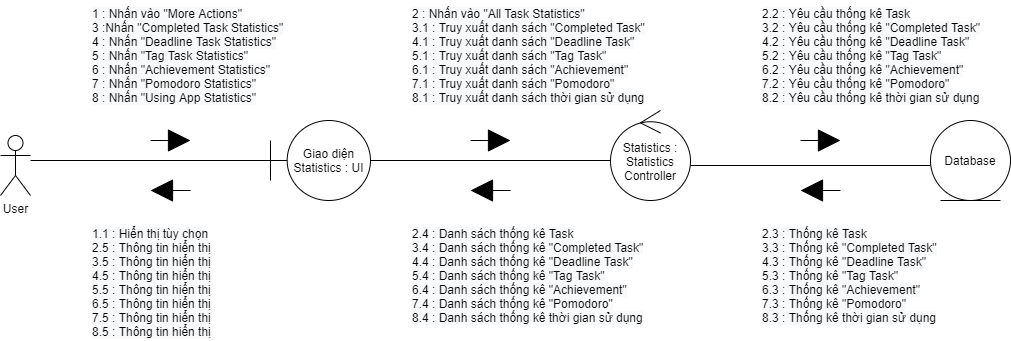
Above: ToDoApp-Doc/Document/Diagram/Collaboration Diagram/Statistics/Statistics_CollaborationDiagram.png in Merevoli-DatLuu/To-Do-App (draw.io), before the change. Source tidied: cells renumbered, new cells last; positions are measured from the earlier drawing's top-left corner, leaving out a move shared by most shapes.
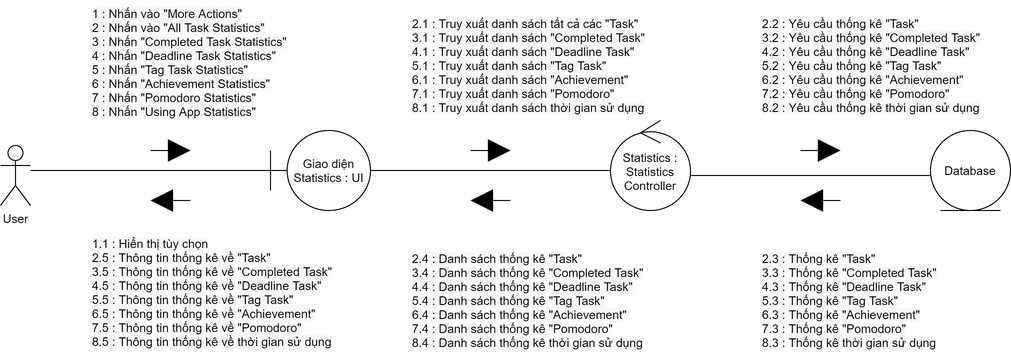
After the change.

Commit message:
[Modified] : Statistics_CollaborationDiagram Image Change Zoom

Change to the diagram source:
```diff
@@ -62,23 +62,23 @@
         <mxPoint x="800" y="190" as="targetPoint" />
       </mxGeometry>
     </mxCell>
-    <mxCell id="16" value="&lt;span style=&quot;color: rgb(0 , 0 , 0) ; font-family: &amp;#34;helvetica&amp;#34; ; font-size: 12px ; font-style: normal ; font-weight: 400 ; letter-spacing: normal ; text-indent: 0px ; text-transform: none ; word-spacing: 0px ; background-color: rgb(248 , 249 , 250) ; display: inline ; float: none&quot;&gt;1 : Nhấn vào &quot;More Actions&quot;&lt;br&gt;&lt;span style=&quot;font-family: &amp;#34;helvetica&amp;#34;&quot;&gt;3 :Nhấn &quot;Completed Task Statistics&quot;&lt;br&gt;&lt;/span&gt;&lt;span style=&quot;font-family: &amp;#34;helvetica&amp;#34;&quot;&gt;4 : Nhấn &quot;Deadline Task Statistics&quot;&lt;br&gt;&lt;/span&gt;&lt;span style=&quot;font-family: &amp;#34;helvetica&amp;#34;&quot;&gt;5 : Nhấn &quot;Tag Task Statistics&quot;&lt;br&gt;&lt;/span&gt;&lt;span style=&quot;font-family: &amp;#34;helvetica&amp;#34;&quot;&gt;6 : Nhấn &quot;Achievement Statistics&quot;&lt;br&gt;&lt;/span&gt;&lt;span style=&quot;font-family: &amp;#34;helvetica&amp;#34;&quot;&gt;7 : Nhấn &quot;Pomodoro Statistics&quot;&lt;br&gt;&lt;/span&gt;&lt;span style=&quot;font-family: &amp;#34;helvetica&amp;#34;&quot;&gt;8 : Nhấn &quot;Using App Statistics&quot;&lt;/span&gt;&lt;br&gt;&lt;/span&gt;" style="text;whiteSpace=wrap;html=1;" parent="1" vertex="1">
-      <mxGeometry x="90" width="200" height="100" as="geometry" />
+    <mxCell id="16" value="&lt;span style=&quot;color: rgb(0 , 0 , 0) ; font-family: &amp;#34;helvetica&amp;#34; ; font-size: 12px ; font-style: normal ; font-weight: 400 ; letter-spacing: normal ; text-indent: 0px ; text-transform: none ; word-spacing: 0px ; background-color: rgb(248 , 249 , 250) ; display: inline ; float: none&quot;&gt;1 : Nhấn vào &quot;More Actions&quot;&lt;br&gt;2 : Nhấn vào &quot;All Task Statistics&quot;&lt;br&gt;&lt;span style=&quot;font-family: &amp;#34;helvetica&amp;#34;&quot;&gt;3 : Nhấn &quot;Completed Task Statistics&quot;&lt;br&gt;&lt;/span&gt;&lt;span style=&quot;font-family: &amp;#34;helvetica&amp;#34;&quot;&gt;4 : Nhấn &quot;Deadline Task Statistics&quot;&lt;br&gt;&lt;/span&gt;&lt;span style=&quot;font-family: &amp;#34;helvetica&amp;#34;&quot;&gt;5 : Nhấn &quot;Tag Task Statistics&quot;&lt;br&gt;&lt;/span&gt;&lt;span style=&quot;font-family: &amp;#34;helvetica&amp;#34;&quot;&gt;6 : Nhấn &quot;Achievement Statistics&quot;&lt;br&gt;&lt;/span&gt;&lt;span style=&quot;font-family: &amp;#34;helvetica&amp;#34;&quot;&gt;7 : Nhấn &quot;Pomodoro Statistics&quot;&lt;br&gt;&lt;/span&gt;&lt;span style=&quot;font-family: &amp;#34;helvetica&amp;#34;&quot;&gt;8 : Nhấn &quot;Using App Statistics&quot;&lt;/span&gt;&lt;br&gt;&lt;/span&gt;" style="text;whiteSpace=wrap;html=1;" parent="1" vertex="1">
+      <mxGeometry x="90" y="-10" width="200" height="120" as="geometry" />
     </mxCell>
-    <mxCell id="17" value="&lt;span style=&quot;color: rgb(0 , 0 , 0) ; font-family: &amp;#34;helvetica&amp;#34; ; font-size: 12px ; font-style: normal ; font-weight: 400 ; letter-spacing: normal ; text-indent: 0px ; text-transform: none ; word-spacing: 0px ; background-color: rgb(248 , 249 , 250) ; display: inline ; float: none&quot;&gt;1.1 : Hiển thị tùy chọn&lt;br&gt;&lt;span style=&quot;font-family: &amp;#34;helvetica&amp;#34;&quot;&gt;2.5 : Thông tin hiển thị&lt;br&gt;&lt;/span&gt;&lt;span style=&quot;font-family: &amp;#34;helvetica&amp;#34;&quot;&gt;3.5 : Thông tin hiển thị&lt;br&gt;&lt;/span&gt;&lt;span style=&quot;font-family: &amp;#34;helvetica&amp;#34;&quot;&gt;4.5 : Thông tin hiển thị&lt;br&gt;&lt;/span&gt;&lt;span style=&quot;font-family: &amp;#34;helvetica&amp;#34;&quot;&gt;5.5 : Thông tin hiển thị&lt;br&gt;&lt;/span&gt;&lt;span style=&quot;font-family: &amp;#34;helvetica&amp;#34;&quot;&gt;6.5 : Thông tin hiển thị&lt;br&gt;&lt;/span&gt;&lt;span style=&quot;font-family: &amp;#34;helvetica&amp;#34;&quot;&gt;7.5 : Thông tin hiển thị&lt;br&gt;&lt;/span&gt;&lt;span style=&quot;font-family: &amp;#34;helvetica&amp;#34;&quot;&gt;8.5 : Thông tin hiển thị&lt;/span&gt;&lt;br&gt;&lt;/span&gt;" style="text;whiteSpace=wrap;html=1;" parent="1" vertex="1">
-      <mxGeometry x="90" y="220" width="130" height="120" as="geometry" />
+    <mxCell id="17" value="&lt;span style=&quot;color: rgb(0 , 0 , 0) ; font-family: &amp;#34;helvetica&amp;#34; ; font-size: 12px ; font-style: normal ; font-weight: 400 ; letter-spacing: normal ; text-indent: 0px ; text-transform: none ; word-spacing: 0px ; background-color: rgb(248 , 249 , 250) ; display: inline ; float: none&quot;&gt;1.1 : Hiển thị tùy chọn&lt;br&gt;&lt;span style=&quot;font-family: &amp;#34;helvetica&amp;#34;&quot;&gt;2.5 : Thông tin thống kê về &quot;Task&quot;&lt;br&gt;&lt;/span&gt;&lt;span style=&quot;font-family: &amp;#34;helvetica&amp;#34;&quot;&gt;3.5 : Thông tin thống kê về &quot;Completed Task&quot;&lt;br&gt;&lt;/span&gt;&lt;span style=&quot;font-family: &amp;#34;helvetica&amp;#34;&quot;&gt;4.5 : Thông tin&amp;nbsp;&lt;/span&gt;thống kê về &quot;Deadline Task&quot;&lt;span style=&quot;font-family: &amp;#34;helvetica&amp;#34;&quot;&gt;&lt;br&gt;&lt;/span&gt;&lt;span style=&quot;font-family: &amp;#34;helvetica&amp;#34;&quot;&gt;5.5 : Thông tin&amp;nbsp;&lt;/span&gt;thống kê về &quot;Tag Task&quot;&lt;span style=&quot;font-family: &amp;#34;helvetica&amp;#34;&quot;&gt;&lt;br&gt;&lt;/span&gt;&lt;span style=&quot;font-family: &amp;#34;helvetica&amp;#34;&quot;&gt;6.5 : Thông tin&amp;nbsp;&lt;/span&gt;thống kê về &quot;Achievement&quot;&lt;span style=&quot;font-family: &amp;#34;helvetica&amp;#34;&quot;&gt;&lt;br&gt;&lt;/span&gt;&lt;span style=&quot;font-family: &amp;#34;helvetica&amp;#34;&quot;&gt;7.5 : Thông tin&amp;nbsp;&lt;/span&gt;thống kê về &quot;Pomodoro&quot;&lt;span style=&quot;font-family: &amp;#34;helvetica&amp;#34;&quot;&gt;&lt;br&gt;&lt;/span&gt;&lt;span style=&quot;font-family: &amp;#34;helvetica&amp;#34;&quot;&gt;8.5 : Thông tin&amp;nbsp;&lt;/span&gt;thống kê về thời gian sử dụng&lt;br&gt;&lt;/span&gt;" style="text;whiteSpace=wrap;html=1;" parent="1" vertex="1">
+      <mxGeometry x="90" y="220" width="250" height="130" as="geometry" />
     </mxCell>
-    <mxCell id="18" value="&lt;span style=&quot;color: rgb(0 , 0 , 0) ; font-family: &amp;#34;helvetica&amp;#34; ; font-size: 12px ; font-style: normal ; font-weight: 400 ; letter-spacing: normal ; text-indent: 0px ; text-transform: none ; word-spacing: 0px ; background-color: rgb(248 , 249 , 250) ; display: inline ; float: none&quot;&gt;2 : Nhấn vào &quot;All Task Statistics&quot;&lt;br&gt;&lt;span&gt;3.1 : Truy xuất danh sách &quot;Completed Task&quot;&lt;br&gt;&lt;/span&gt;&lt;span&gt;4.1 : Truy xuất danh sách &quot;Deadline Task&quot;&lt;br&gt;&lt;/span&gt;&lt;span&gt;5.1 : Truy xuất danh sách &quot;Tag Task&quot;&lt;br&gt;&lt;/span&gt;&lt;span&gt;6.1 : Truy xuất danh sách &quot;Achievement&quot;&lt;br&gt;&lt;/span&gt;&lt;span&gt;7.1 : Truy xuất danh sách &quot;Pomodoro&quot;&lt;br&gt;&lt;/span&gt;&lt;span&gt;8.1 : Truy xuất danh sách thời gian sử dụng&lt;/span&gt;&lt;br&gt;&lt;/span&gt;" style="text;whiteSpace=wrap;html=1;" parent="1" vertex="1">
+    <mxCell id="18" value="&lt;span style=&quot;color: rgb(0 , 0 , 0) ; font-family: &amp;#34;helvetica&amp;#34; ; font-size: 12px ; font-style: normal ; font-weight: 400 ; letter-spacing: normal ; text-indent: 0px ; text-transform: none ; word-spacing: 0px ; background-color: rgb(248 , 249 , 250) ; display: inline ; float: none&quot;&gt;2.1 : Truy xuất danh sách tất cả các &quot;Task&quot;&lt;br&gt;&lt;span&gt;3.1 : Truy xuất danh sách &quot;Completed Task&quot;&lt;br&gt;&lt;/span&gt;&lt;span&gt;4.1 : Truy xuất danh sách &quot;Deadline Task&quot;&lt;br&gt;&lt;/span&gt;&lt;span&gt;5.1 : Truy xuất danh sách &quot;Tag Task&quot;&lt;br&gt;&lt;/span&gt;&lt;span&gt;6.1 : Truy xuất danh sách &quot;Achievement&quot;&lt;br&gt;&lt;/span&gt;&lt;span&gt;7.1 : Truy xuất danh sách &quot;Pomodoro&quot;&lt;br&gt;&lt;/span&gt;&lt;span&gt;8.1 : Truy xuất danh sách thời gian sử dụng&lt;/span&gt;&lt;br&gt;&lt;/span&gt;" style="text;whiteSpace=wrap;html=1;" parent="1" vertex="1">
       <mxGeometry x="410" width="240" height="100" as="geometry" />
     </mxCell>
-    <mxCell id="19" value="&lt;span style=&quot;color: rgb(0 , 0 , 0) ; font-family: &amp;#34;helvetica&amp;#34; ; font-size: 12px ; font-style: normal ; font-weight: 400 ; letter-spacing: normal ; text-indent: 0px ; text-transform: none ; word-spacing: 0px ; background-color: rgb(248 , 249 , 250) ; display: inline ; float: none&quot;&gt;2.2 : Yêu cầu thống kê Task&lt;br&gt;&lt;span style=&quot;font-family: &amp;#34;helvetica&amp;#34;&quot;&gt;3.2 : Yêu cầu thống kê &quot;Completed Task&quot;&lt;br&gt;&lt;/span&gt;&lt;span style=&quot;font-family: &amp;#34;helvetica&amp;#34;&quot;&gt;4.2 : Yêu cầu thống kê &quot;Deadline Task&quot;&lt;br&gt;&lt;/span&gt;&lt;span style=&quot;font-family: &amp;#34;helvetica&amp;#34;&quot;&gt;5.2 : Yêu cầu thống kê &quot;Tag Task&quot;&lt;br&gt;&lt;/span&gt;&lt;span style=&quot;font-family: &amp;#34;helvetica&amp;#34;&quot;&gt;6.2 : Yêu cầu thống kê &quot;Achievement&quot;&lt;br&gt;&lt;/span&gt;&lt;span style=&quot;font-family: &amp;#34;helvetica&amp;#34;&quot;&gt;7.2 : Yêu cầu thống kê &quot;Pomodoro&quot;&lt;br&gt;&lt;/span&gt;&lt;span style=&quot;font-family: &amp;#34;helvetica&amp;#34;&quot;&gt;8.2 : Yêu cầu thống kê thời gian sử dụng&lt;/span&gt;&lt;br&gt;&lt;/span&gt;" style="text;whiteSpace=wrap;html=1;" parent="1" vertex="1">
+    <mxCell id="19" value="&lt;span style=&quot;color: rgb(0 , 0 , 0) ; font-family: &amp;#34;helvetica&amp;#34; ; font-size: 12px ; font-style: normal ; font-weight: 400 ; letter-spacing: normal ; text-indent: 0px ; text-transform: none ; word-spacing: 0px ; background-color: rgb(248 , 249 , 250) ; display: inline ; float: none&quot;&gt;2.2 : Yêu cầu thống kê &quot;Task&quot;&lt;br&gt;&lt;span style=&quot;font-family: &amp;#34;helvetica&amp;#34;&quot;&gt;3.2 : Yêu cầu thống kê &quot;Completed Task&quot;&lt;br&gt;&lt;/span&gt;&lt;span style=&quot;font-family: &amp;#34;helvetica&amp;#34;&quot;&gt;4.2 : Yêu cầu thống kê &quot;Deadline Task&quot;&lt;br&gt;&lt;/span&gt;&lt;span style=&quot;font-family: &amp;#34;helvetica&amp;#34;&quot;&gt;5.2 : Yêu cầu thống kê &quot;Tag Task&quot;&lt;br&gt;&lt;/span&gt;&lt;span style=&quot;font-family: &amp;#34;helvetica&amp;#34;&quot;&gt;6.2 : Yêu cầu thống kê &quot;Achievement&quot;&lt;br&gt;&lt;/span&gt;&lt;span style=&quot;font-family: &amp;#34;helvetica&amp;#34;&quot;&gt;7.2 : Yêu cầu thống kê &quot;Pomodoro&quot;&lt;br&gt;&lt;/span&gt;&lt;span style=&quot;font-family: &amp;#34;helvetica&amp;#34;&quot;&gt;8.2 : Yêu cầu thống kê thời gian sử dụng&lt;/span&gt;&lt;br&gt;&lt;/span&gt;" style="text;whiteSpace=wrap;html=1;" parent="1" vertex="1">
       <mxGeometry x="760" width="230" height="100" as="geometry" />
     </mxCell>
-    <mxCell id="20" value="&lt;span style=&quot;color: rgb(0 , 0 , 0) ; font-family: &amp;#34;helvetica&amp;#34; ; font-size: 12px ; font-style: normal ; font-weight: 400 ; letter-spacing: normal ; text-indent: 0px ; text-transform: none ; word-spacing: 0px ; background-color: rgb(248 , 249 , 250) ; display: inline ; float: none&quot;&gt;2.3 : Thống kê Task&lt;br&gt;&lt;span style=&quot;font-family: &amp;#34;helvetica&amp;#34;&quot;&gt;3.3 : Thống kê &quot;Completed Task&quot;&lt;br&gt;&lt;/span&gt;&lt;span style=&quot;font-family: &amp;#34;helvetica&amp;#34;&quot;&gt;4.3 : Thống kê &quot;Deadline Task&quot;&lt;br&gt;&lt;/span&gt;&lt;span style=&quot;font-family: &amp;#34;helvetica&amp;#34;&quot;&gt;5.3 : Thống kê &quot;Tag Task&quot;&lt;br&gt;&lt;/span&gt;&lt;span style=&quot;font-family: &amp;#34;helvetica&amp;#34;&quot;&gt;6.3 : Thống kê &quot;Achievement&quot;&lt;br&gt;&lt;/span&gt;&lt;span style=&quot;font-family: &amp;#34;helvetica&amp;#34;&quot;&gt;7.3 : Thống kê &quot;Pomodoro&quot;&lt;br&gt;&lt;/span&gt;&lt;span style=&quot;font-family: &amp;#34;helvetica&amp;#34;&quot;&gt;8.3 : Thống kê thời gian sử dụng&lt;/span&gt;&lt;br&gt;&lt;/span&gt;" style="text;whiteSpace=wrap;html=1;" parent="1" vertex="1">
-      <mxGeometry x="760" y="220" width="180" height="100" as="geometry" />
+    <mxCell id="20" value="&lt;span style=&quot;color: rgb(0 , 0 , 0) ; font-family: &amp;#34;helvetica&amp;#34; ; font-size: 12px ; font-style: normal ; font-weight: 400 ; letter-spacing: normal ; text-indent: 0px ; text-transform: none ; word-spacing: 0px ; background-color: rgb(248 , 249 , 250) ; display: inline ; float: none&quot;&gt;2.3 : Thống kê &quot;Task&quot;&lt;br&gt;&lt;span style=&quot;font-family: &amp;#34;helvetica&amp;#34;&quot;&gt;3.3 : Thống kê &quot;Completed Task&quot;&lt;br&gt;&lt;/span&gt;&lt;span style=&quot;font-family: &amp;#34;helvetica&amp;#34;&quot;&gt;4.3 : Thống kê &quot;Deadline Task&quot;&lt;br&gt;&lt;/span&gt;&lt;span style=&quot;font-family: &amp;#34;helvetica&amp;#34;&quot;&gt;5.3 : Thống kê &quot;Tag Task&quot;&lt;br&gt;&lt;/span&gt;&lt;span style=&quot;font-family: &amp;#34;helvetica&amp;#34;&quot;&gt;6.3 : Thống kê &quot;Achievement&quot;&lt;br&gt;&lt;/span&gt;&lt;span style=&quot;font-family: &amp;#34;helvetica&amp;#34;&quot;&gt;7.3 : Thống kê &quot;Pomodoro&quot;&lt;br&gt;&lt;/span&gt;&lt;span style=&quot;font-family: &amp;#34;helvetica&amp;#34;&quot;&gt;8.3 : Thống kê thời gian sử dụng&lt;/span&gt;&lt;br&gt;&lt;/span&gt;" style="text;whiteSpace=wrap;html=1;" parent="1" vertex="1">
+      <mxGeometry x="760" y="235" width="180" height="100" as="geometry" />
     </mxCell>
-    <mxCell id="21" value="&lt;span style=&quot;color: rgb(0 , 0 , 0) ; font-family: &amp;#34;helvetica&amp;#34; ; font-size: 12px ; font-style: normal ; font-weight: 400 ; letter-spacing: normal ; text-indent: 0px ; text-transform: none ; word-spacing: 0px ; background-color: rgb(248 , 249 , 250) ; display: inline ; float: none&quot;&gt;2.4 : Danh sách thống kê Task&lt;br&gt;3.4 :&amp;nbsp;Danh sách thống kê &quot;Completed Task&quot;&lt;br&gt;4.4 : Danh sách thống kê &quot;Deadline Task&quot;&lt;br&gt;5.4 : Danh sách thống kê &quot;Tag Task&quot;&lt;br&gt;6.4 : Danh sách thống kê &quot;Achievement&quot;&lt;br&gt;7.4 : Danh sách thống kê &quot;Pomodoro&quot;&lt;br&gt;8.4 : Danh sách thống kê thời gian sử dụng&lt;br&gt;&lt;/span&gt;" style="text;whiteSpace=wrap;html=1;" parent="1" vertex="1">
-      <mxGeometry x="410" y="220" width="240" height="100" as="geometry" />
+    <mxCell id="21" value="&lt;span style=&quot;color: rgb(0 , 0 , 0) ; font-family: &amp;#34;helvetica&amp;#34; ; font-size: 12px ; font-style: normal ; font-weight: 400 ; letter-spacing: normal ; text-indent: 0px ; text-transform: none ; word-spacing: 0px ; background-color: rgb(248 , 249 , 250) ; display: inline ; float: none&quot;&gt;2.4 : Danh sách thống kê &quot;Task&quot;&lt;br&gt;3.4 :&amp;nbsp;Danh sách thống kê &quot;Completed Task&quot;&lt;br&gt;4.4 : Danh sách thống kê &quot;Deadline Task&quot;&lt;br&gt;5.4 : Danh sách thống kê &quot;Tag Task&quot;&lt;br&gt;6.4 : Danh sách thống kê &quot;Achievement&quot;&lt;br&gt;7.4 : Danh sách thống kê &quot;Pomodoro&quot;&lt;br&gt;8.4 : Danh sách thống kê thời gian sử dụng&lt;br&gt;&lt;/span&gt;" style="text;whiteSpace=wrap;html=1;" parent="1" vertex="1">
+      <mxGeometry x="410" y="235" width="240" height="100" as="geometry" />
     </mxCell>
   </root>
 </mxGraphModel>
```
